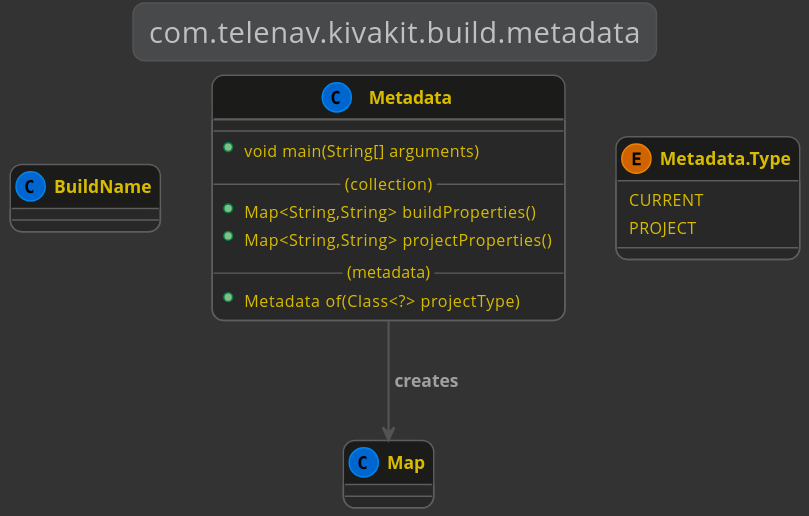
Above: metadata/documentation/diagrams/com.telenav.kivakit.build.metadata.svg in Telenav/cactus (PlantUML), before the change.
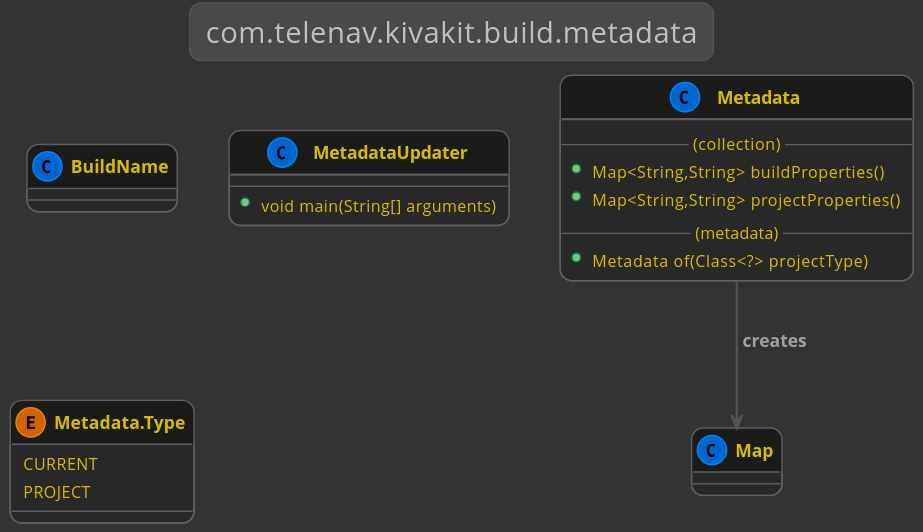
Later version of the same file.

Diff of the diagram source:
```diff
@@ -11,13 +11,17 @@
     Metadata --> Map : "creates"
     class Metadata
     {
-        --
-        +void main(String[] arguments)
         --(collection)--
         +Map<String,String> buildProperties()
         +Map<String,String> projectProperties()
         --(metadata)--
         +Metadata of(Class<?> projectType)
+    }
+
+    class MetadataUpdater
+    {
+        --
+        +void main(String[] arguments)
     }
 
     enum Metadata.Type
```
